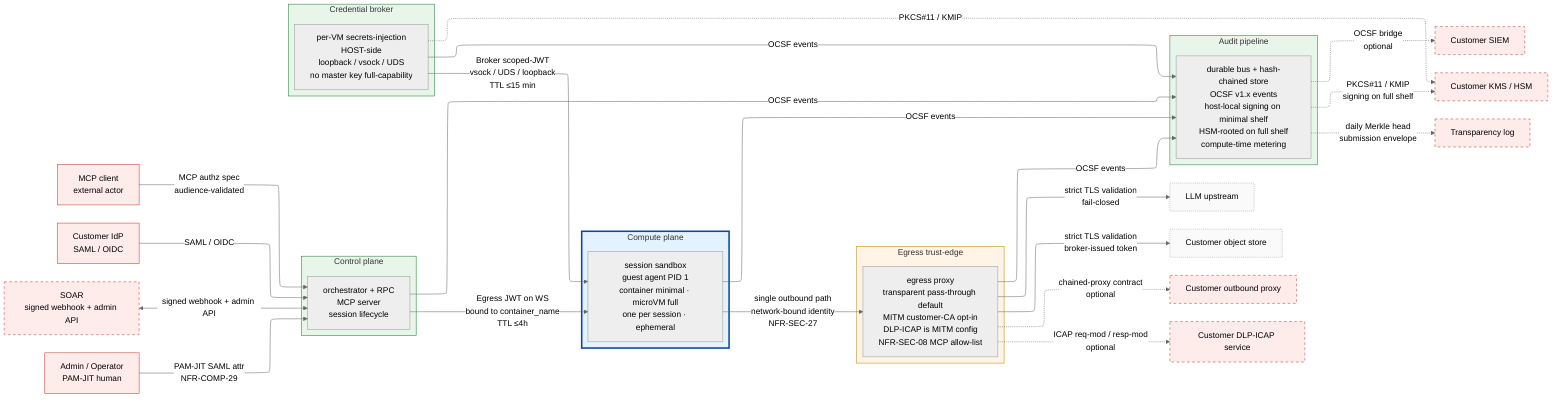
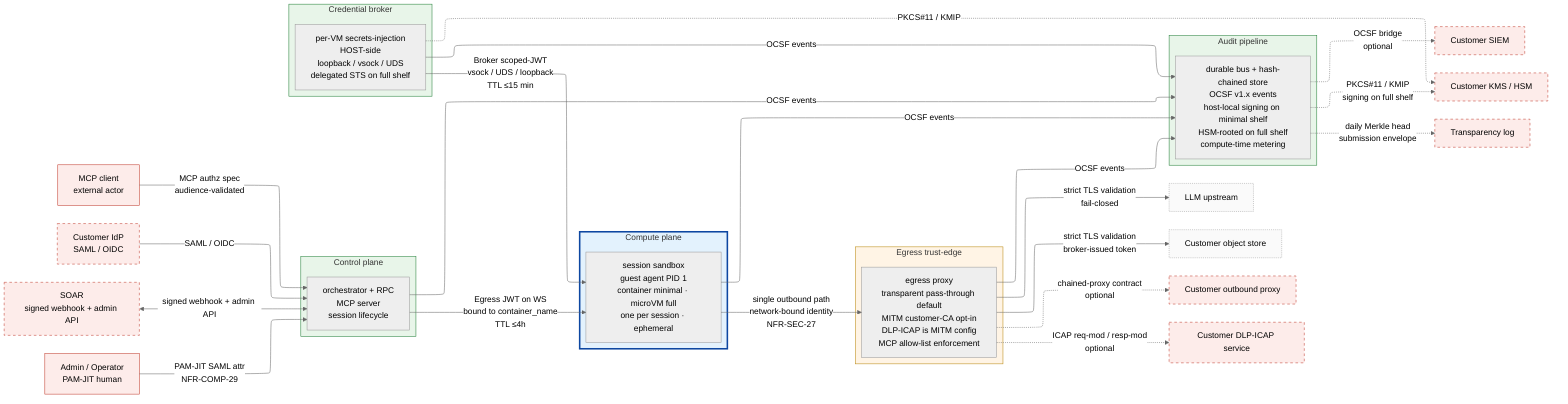
%% SPDX-License-Identifier: FSL-1.1-Apache-2.0
%% Copyright (c) 2025 Open Computer Use Contributors
%% Canonical Layer 3 trust-zone diagram. Referenced from docs/architecture/02-trust-boundaries.md §5.
%% Convention: solid subgraph border = always present; dashed border = optional configuration.
%% Palette per DoD ZTRA: red untrusted / amber semi-trusted / green trusted / blue isolated.

%%{init: {"flowchart": {"defaultRenderer": "elk"}, "theme": "neutral"} }%%
flowchart LR

    %% ─── external actors (untrusted; rendered as plain nodes, not subgraphs) ───
    MCPC[MCP client<br/>external actor]:::ext
-     IDP[Customer IdP<br/>SAML / OIDC]:::ext
+     IDP[Customer IdP<br/>SAML / OIDC]:::extOpt
    LLM[LLM upstream]:::endpoint
    OBJ[Customer object store]:::endpoint
    CPROXY[Customer outbound proxy]:::extOpt
    ICAP[Customer DLP-ICAP service]:::extOpt
    SIEM[Customer SIEM]:::extOpt
    KMS[Customer KMS / HSM]:::extOpt
    SOAR[SOAR<br/>signed webhook + admin API]:::extOpt
    OPER[Admin / Operator<br/>PAM-JIT human]:::ext
    TLOG[Transparency log]:::extOpt

    %% ─── our zones ───
    subgraph CP[Control plane]
        ORCH[orchestrator + RPC<br/>MCP server<br/>session lifecycle]
    end

    subgraph BROKER[Credential broker]
-         BR[per-VM secrets-injection<br/>HOST-side<br/>loopback / vsock / UDS<br/>no master key full-capability]
+         BR[per-VM secrets-injection<br/>HOST-side<br/>loopback / vsock / UDS<br/>delegated STS on full shelf]
    end

    subgraph COMPUTE[Compute plane]
        VM[session sandbox<br/>guest agent PID 1<br/>container minimal · microVM full<br/>one per session · ephemeral]
    end

    subgraph EDGE[Egress trust-edge]
-         PROXY[egress proxy<br/>transparent pass-through default<br/>MITM customer-CA opt-in<br/>DLP-ICAP is MITM config<br/>NFR-SEC-08 MCP allow-list]
+         PROXY[egress proxy<br/>transparent pass-through default<br/>MITM customer-CA opt-in<br/>DLP-ICAP is MITM config<br/>MCP allow-list enforcement]
    end

    subgraph AUDIT[Audit pipeline]
        BUS[durable bus + hash-chained store<br/>OCSF v1.x events<br/>host-local signing on minimal shelf<br/>HSM-rooted on full shelf<br/>compute-time metering]
    end

    %% ─── inbound edges ───
    MCPC -->|"MCP authz spec<br/>audience-validated"| ORCH
    IDP -->|SAML / OIDC| ORCH
    OPER -->|PAM-JIT SAML attr<br/>NFR-COMP-29| ORCH
    SOAR <-->|signed webhook + admin API| ORCH

    %% ─── internal edges (encrypted in transit; NFR-SEC-37) ───
    ORCH -->|"Egress JWT on WS<br/>bound to container_name<br/>TTL ≤4h"| VM
    BR -->|"Broker scoped-JWT<br/>vsock / UDS / loopback<br/>TTL ≤15 min"| VM

    %% ─── egress edges ───
    VM -->|"single outbound path<br/>network-bound identity<br/>NFR-SEC-27"| PROXY
    PROXY -->|"strict TLS validation<br/>fail-closed"| LLM
    PROXY -->|"strict TLS validation<br/>broker-issued token"| OBJ
    PROXY -.->|"chained-proxy contract<br/>optional"| CPROXY
    PROXY -.->|"ICAP req-mod / resp-mod<br/>optional"| ICAP

    %% ─── audit edges (every named zone emits OCSF events) ───
    ORCH -->|OCSF events| BUS
    BR -->|OCSF events| BUS
    VM -->|OCSF events| BUS
    PROXY -->|OCSF events| BUS

    %% ─── audit egress ───
    BUS -.->|"OCSF bridge<br/>optional"| SIEM
    BUS -.->|"daily Merkle head<br/>submission envelope"| TLOG

    %% ─── KMS path (optional, full-capability shelf only) ───
    BR -.->|"PKCS#11 / KMIP"| KMS
    BUS -.->|"PKCS#11 / KMIP<br/>signing on full shelf"| KMS

    %% ─── styling (DoD ZTRA palette) ───
    classDef ext fill:#fdecea,stroke:#c0392b,stroke-width:1px;
    classDef extOpt fill:#fdecea,stroke:#c0392b,stroke-dasharray: 5 5;
    classDef endpoint fill:#fafafa,stroke:#9e9e9e,stroke-dasharray: 2 2;
    style CP fill:#e8f5e9,stroke:#1e7e34,stroke-width:1px;
    style BROKER fill:#e8f5e9,stroke:#1e7e34,stroke-width:1px;
    style COMPUTE fill:#e3f2fd,stroke:#0d47a1,stroke-width:3px;
    style EDGE fill:#fff4e5,stroke:#b8860b,stroke-width:1px;
    style AUDIT fill:#e8f5e9,stroke:#1e7e34,stroke-width:1px;
